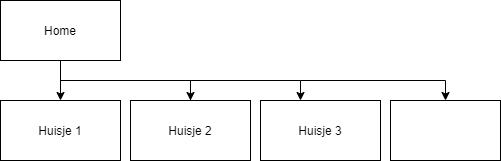
Earlier version of the draw.io export 01-Challenge/Taak02-Ontwerpen/student-boomstructuur.drawio.png (pascalcreator/Challenge-BNB). Source tidied: cells renumbered, new cells last; positions are measured from the earlier drawing's top-left corner, leaving out a move shared by most shapes.
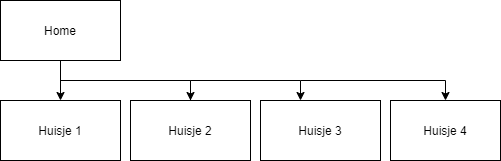
The same diagram one commit later.

Diff of the diagram source:
```diff
@@ -42,7 +42,7 @@
     <mxCell id="9" value="Huisje 3" style="whiteSpace=wrap;html=1;rounded=0;" parent="1" vertex="1">
       <mxGeometry x="260" y="100" width="120" height="60" as="geometry" />
     </mxCell>
-    <mxCell id="10" style="whiteSpace=wrap;html=1;rounded=0;" parent="1" vertex="1">
+    <mxCell id="10" value="Huisje 4" style="whiteSpace=wrap;html=1;rounded=0;" parent="1" vertex="1">
       <mxGeometry x="390" y="100" width="110" height="60" as="geometry" />
     </mxCell>
   </root>
```
